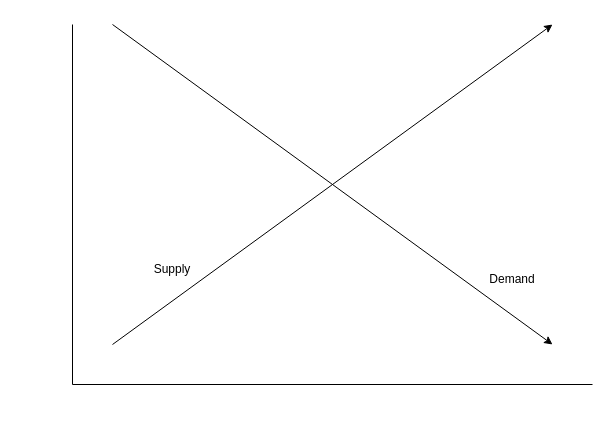
Above: Untitled Diagram.drawio in Yggdrasill501/draw_io_test (draw.io), before the change. Source tidied: cells renumbered, new cells numbered last; positions are measured from the earlier drawing's top-left corner, leaving out a move shared by most shapes. Both pictures are drawn from the tidied source at 100%, with x=0, y=0 at pixel (72, 24).
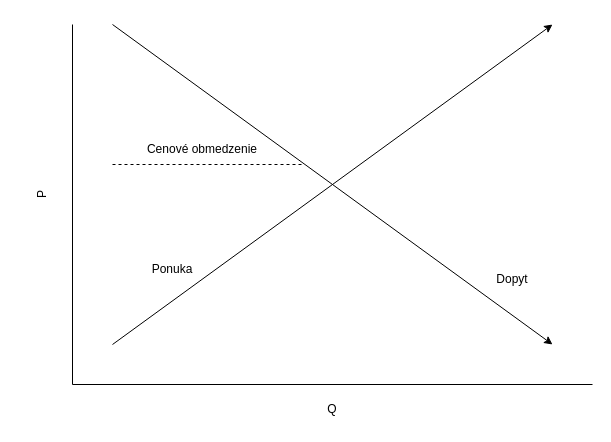
The same diagram, later.

The edit, as a diff of the source:
```diff
@@
 <mxGraphModel>
   <root>
     <mxCell id="0" />
     <mxCell id="1" parent="0" />
     <mxCell id="2" style="endArrow=none;html=1;rounded=0;" parent="1" edge="1">
       <mxGeometry relative="1" as="geometry">
         <mxPoint y="360" as="sourcePoint" />
         <mxPoint as="targetPoint" />
       </mxGeometry>
     </mxCell>
     <mxCell id="3" style="endArrow=none;html=1;rounded=0;" parent="1" edge="1">
       <mxGeometry relative="1" as="geometry">
         <mxPoint y="360" as="sourcePoint" />
         <mxPoint x="520" y="360" as="targetPoint" />
       </mxGeometry>
     </mxCell>
     <mxCell id="4" style="endArrow=classic;html=1;rounded=0;" parent="1" edge="1">
       <mxGeometry relative="1" as="geometry">
         <mxPoint x="40" as="sourcePoint" />
         <mxPoint x="480" y="320" as="targetPoint" />
       </mxGeometry>
     </mxCell>
     <mxCell id="5" style="endArrow=classic;html=1;rounded=0;" parent="1" edge="1">
       <mxGeometry relative="1" as="geometry">
         <mxPoint x="40" y="320" as="sourcePoint" />
         <mxPoint x="480" as="targetPoint" />
       </mxGeometry>
     </mxCell>
-    <mxCell id="6" value="Supply" style="text;html=1;strokeColor=none;fillColor=none;align=center;verticalAlign=middle;whiteSpace=wrap;rounded=0;" parent="1" vertex="1">
+    <mxCell id="6" value="Ponuka" style="text;html=1;strokeColor=none;fillColor=none;align=center;verticalAlign=middle;whiteSpace=wrap;rounded=0;" parent="1" vertex="1">
       <mxGeometry x="70" y="230" width="60" height="30" as="geometry" />
     </mxCell>
-    <mxCell id="7" value="Demand" style="text;html=1;strokeColor=none;fillColor=none;align=center;verticalAlign=middle;whiteSpace=wrap;rounded=0;" parent="1" vertex="1">
+    <mxCell id="7" value="Dopyt" style="text;html=1;strokeColor=none;fillColor=none;align=center;verticalAlign=middle;whiteSpace=wrap;rounded=0;" parent="1" vertex="1">
       <mxGeometry x="410" y="240" width="60" height="30" as="geometry" />
     </mxCell>
+    <mxCell id="8" value="Q" style="text;html=1;strokeColor=none;fillColor=none;align=center;verticalAlign=middle;whiteSpace=wrap;rounded=0;" parent="1" vertex="1">
+      <mxGeometry x="230" y="370" width="60" height="30" as="geometry" />
+    </mxCell>
+    <mxCell id="9" value="P&lt;br&gt;" style="text;html=1;strokeColor=none;fillColor=none;align=center;verticalAlign=middle;whiteSpace=wrap;rounded=0;rotation=270;" parent="1" vertex="1">
+      <mxGeometry x="-65" y="145" width="70" height="50" as="geometry" />
+    </mxCell>
+    <mxCell id="10" style="endArrow=none;dashed=1;html=1;rounded=0;" parent="1" edge="1">
+      <mxGeometry relative="1" as="geometry">
+        <mxPoint x="40" y="140" as="sourcePoint" />
+        <mxPoint x="230" y="140" as="targetPoint" />
+      </mxGeometry>
+    </mxCell>
+    <mxCell id="11" value="Cenové obmedzenie" style="text;html=1;strokeColor=none;fillColor=none;align=center;verticalAlign=middle;whiteSpace=wrap;rounded=0;" parent="1" vertex="1">
+      <mxGeometry x="70" y="110" width="120" height="30" as="geometry" />
+    </mxCell>
   </root>
 </mxGraphModel>
```
